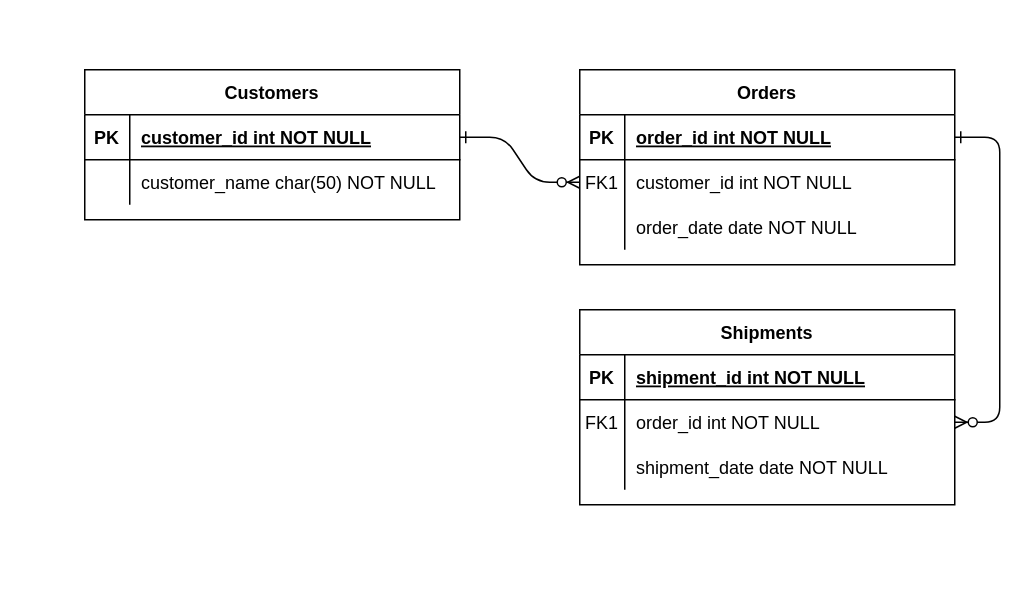
The draw.io diagram Untitled Diagram.drawio in Alfinaatika9/quiz-3-im-laravel-juli-2020, before the edit. Source tidied: cells renumbered, new cells numbered last; positions are measured from the earlier drawing's top-left corner, leaving out a move shared by most shapes. Both pictures are drawn from the tidied source at 150%, with x=0, y=0 at pixel (84, 69).
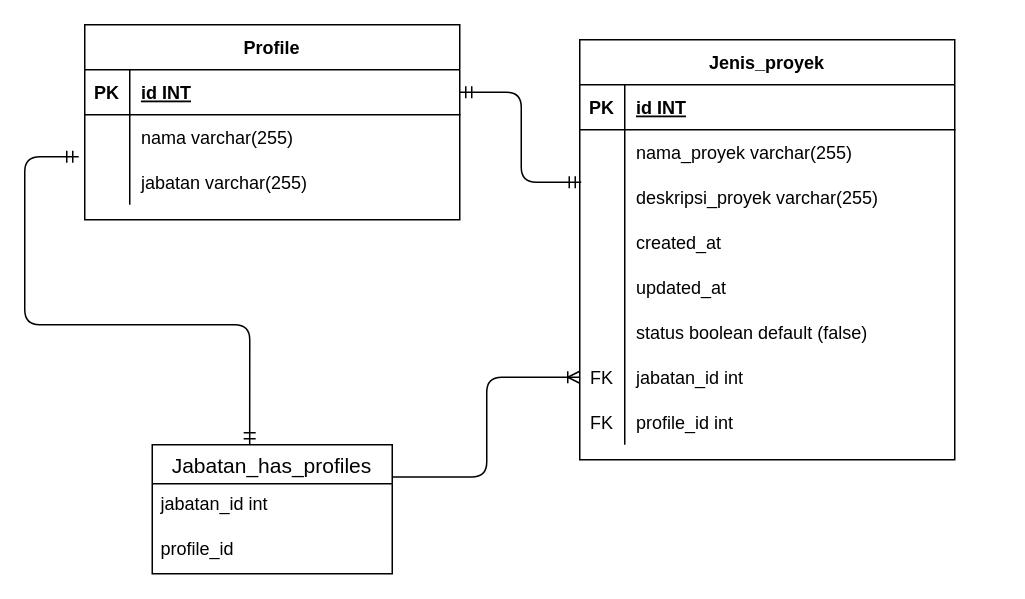
The same diagram, later.

The change refers to these unchanged cells:
```xml
<mxCell id="5" style="shape=partialRectangle;fillColor=none;points=[[0,0.5],[1,0.5]];portConstraint=eastwest;top=0;left=0;right=0;bottom=1;" parent="4" vertex="1">
  <mxGeometry y="30" width="250" height="30" as="geometry" />
</mxCell>
<mxCell id="8" style="shape=partialRectangle;fillColor=none;points=[[0,0.5],[1,0.5]];portConstraint=eastwest;top=0;left=0;right=0;bottom=0;" parent="4" vertex="1">
  <mxGeometry y="60" width="250" height="30" as="geometry" />
</mxCell>
<mxCell id="11" style="shape=partialRectangle;fillColor=none;points=[[0,0.5],[1,0.5]];portConstraint=eastwest;top=0;left=0;right=0;bottom=0;" parent="4" vertex="1">
  <mxGeometry y="90" width="250" height="30" as="geometry" />
</mxCell>
<mxCell id="25" style="shape=partialRectangle;fillColor=none;points=[[0,0.5],[1,0.5]];portConstraint=eastwest;top=0;left=0;right=0;bottom=1;" parent="24" vertex="1">
  <mxGeometry y="30" width="250" height="30" as="geometry" />
</mxCell>
```

Change to the diagram source:
```diff
@@
-    <mxCell id="2" style="edgeStyle=entityRelationEdgeStyle;endArrow=ERzeroToMany;startArrow=ERone;endFill=1;startFill=0;" parent="1" edge="1" source="25" target="8">
-      <mxGeometry relative="1" as="geometry" />
-    </mxCell>
-    <mxCell id="3" style="edgeStyle=entityRelationEdgeStyle;endArrow=ERzeroToMany;startArrow=ERone;endFill=1;startFill=0;" parent="1" edge="1" source="5" target="18">
-      <mxGeometry relative="1" as="geometry" />
-    </mxCell>
+    <mxCell id="31" style="edgeStyle=elbowEdgeStyle;fontSize=12;html=1;endArrow=ERoneToMany;entryX=0;entryY=0.5;entryDx=0;entryDy=0;exitX=1;exitY=0.25;exitDx=0;exitDy=0;" parent="1" edge="1" source="49" target="41">
+      <mxGeometry relative="1" as="geometry" />
+    </mxCell>
-    <mxCell id="4" value="Orders" style="shape=table;startSize=30;childLayout=tableLayout;rowLines=0;fontStyle=1;align=center;" parent="1" vertex="1">
-      <mxGeometry x="330" width="250" height="130" as="geometry" />
+    <mxCell id="4" value="Jenis_proyek" style="shape=table;startSize=30;childLayout=tableLayout;rowLines=0;fontStyle=1;align=center;" parent="1" vertex="1">
+      <mxGeometry x="330" y="-20" width="250" height="280" as="geometry" />
     </mxCell>
@@
-    <mxCell id="7" value="order_id int NOT NULL " style="shape=partialRectangle;overflow=hidden;fillColor=none;top=0;left=0;bottom=0;right=0;align=left;spacingLeft=6;fontStyle=5;" parent="5" vertex="1">
+    <mxCell id="7" value="id INT" style="shape=partialRectangle;overflow=hidden;fillColor=none;top=0;left=0;bottom=0;right=0;align=left;spacingLeft=6;fontStyle=5;" parent="5" vertex="1">
       <mxGeometry x="30" width="220" height="30" as="geometry" />
     </mxCell>
@@
-    <mxCell id="9" value="FK1" style="shape=partialRectangle;overflow=hidden;fillColor=none;top=0;left=0;bottom=0;right=0;" parent="8" vertex="1">
+    <mxCell id="9" style="shape=partialRectangle;overflow=hidden;fillColor=none;top=0;left=0;bottom=0;right=0;" parent="8" vertex="1">
       <mxGeometry width="30" height="30" as="geometry" />
     </mxCell>
-    <mxCell id="10" value="customer_id int NOT NULL" style="shape=partialRectangle;overflow=hidden;fillColor=none;top=0;left=0;bottom=0;right=0;align=left;spacingLeft=6;" parent="8" vertex="1">
+    <mxCell id="10" value="nama_proyek varchar(255)" style="shape=partialRectangle;overflow=hidden;fillColor=none;top=0;left=0;bottom=0;right=0;align=left;spacingLeft=6;" parent="8" vertex="1">
       <mxGeometry x="30" width="220" height="30" as="geometry" />
     </mxCell>
@@
-    <mxCell id="13" value="order_date date NOT NULL" style="shape=partialRectangle;overflow=hidden;fillColor=none;top=0;left=0;bottom=0;right=0;align=left;spacingLeft=6;" parent="11" vertex="1">
+    <mxCell id="13" value="deskripsi_proyek varchar(255)" style="shape=partialRectangle;overflow=hidden;fillColor=none;top=0;left=0;bottom=0;right=0;align=left;spacingLeft=6;" parent="11" vertex="1">
       <mxGeometry x="30" width="220" height="30" as="geometry" />
     </mxCell>
-    <mxCell id="14" value="Shipments" style="shape=table;startSize=30;childLayout=tableLayout;rowLines=0;fontStyle=1;align=center;" parent="1" vertex="1">
-      <mxGeometry x="330" y="160" width="250" height="130" as="geometry" />
-    </mxCell>
-    <mxCell id="15" style="shape=partialRectangle;fillColor=none;top=0;left=0;right=0;bottom=1;" parent="14" vertex="1">
-      <mxGeometry y="30" width="250" height="30" as="geometry" />
-    </mxCell>
-    <mxCell id="16" value="PK" style="shape=partialRectangle;overflow=hidden;fillColor=none;top=0;left=0;bottom=0;right=0;fontStyle=1;" parent="15" vertex="1">
-      <mxGeometry width="30" height="30" as="geometry" />
-    </mxCell>
-    <mxCell id="17" value="shipment_id int NOT NULL " style="shape=partialRectangle;overflow=hidden;fillColor=none;top=0;left=0;bottom=0;right=0;align=left;spacingLeft=6;fontStyle=5;" parent="15" vertex="1">
-      <mxGeometry x="30" width="220" height="30" as="geometry" />
-    </mxCell>
-    <mxCell id="18" style="shape=partialRectangle;fillColor=none;points=[[0,0.5],[1,0.5]];portConstraint=eastwest;top=0;left=0;right=0;bottom=0;" parent="14" vertex="1">
-      <mxGeometry y="60" width="250" height="30" as="geometry" />
-    </mxCell>
-    <mxCell id="19" value="FK1" style="shape=partialRectangle;overflow=hidden;fillColor=none;top=0;left=0;bottom=0;right=0;" parent="18" vertex="1">
-      <mxGeometry width="30" height="30" as="geometry" />
-    </mxCell>
-    <mxCell id="20" value="order_id int NOT NULL" style="shape=partialRectangle;overflow=hidden;fillColor=none;top=0;left=0;bottom=0;right=0;align=left;spacingLeft=6;" parent="18" vertex="1">
-      <mxGeometry x="30" width="220" height="30" as="geometry" />
-    </mxCell>
-    <mxCell id="21" style="shape=partialRectangle;fillColor=none;top=0;left=0;right=0;bottom=0;" parent="14" vertex="1">
-      <mxGeometry y="90" width="250" height="30" as="geometry" />
-    </mxCell>
-    <mxCell id="22" style="shape=partialRectangle;overflow=hidden;fillColor=none;top=0;left=0;bottom=0;right=0;" parent="21" vertex="1">
-      <mxGeometry width="30" height="30" as="geometry" />
-    </mxCell>
-    <mxCell id="23" value="shipment_date date NOT NULL" style="shape=partialRectangle;overflow=hidden;fillColor=none;top=0;left=0;bottom=0;right=0;align=left;spacingLeft=6;" parent="21" vertex="1">
-      <mxGeometry x="30" width="220" height="30" as="geometry" />
-    </mxCell>
+    <mxCell id="32" style="shape=partialRectangle;fillColor=none;top=0;left=0;right=0;bottom=0;" parent="4" vertex="1">
+      <mxGeometry y="120" width="250" height="30" as="geometry" />
+    </mxCell>
+    <mxCell id="33" style="shape=partialRectangle;overflow=hidden;fillColor=none;top=0;left=0;bottom=0;right=0;" parent="32" vertex="1">
+      <mxGeometry width="30" height="30" as="geometry" />
+    </mxCell>
+    <mxCell id="34" value="created_at" style="shape=partialRectangle;overflow=hidden;fillColor=none;top=0;left=0;bottom=0;right=0;align=left;spacingLeft=6;" parent="32" vertex="1">
+      <mxGeometry x="30" width="220" height="30" as="geometry" />
+    </mxCell>
+    <mxCell id="35" style="shape=partialRectangle;fillColor=none;top=0;left=0;right=0;bottom=0;" parent="4" vertex="1">
+      <mxGeometry y="150" width="250" height="30" as="geometry" />
+    </mxCell>
+    <mxCell id="36" style="shape=partialRectangle;overflow=hidden;fillColor=none;top=0;left=0;bottom=0;right=0;" parent="35" vertex="1">
+      <mxGeometry width="30" height="30" as="geometry" />
+    </mxCell>
+    <mxCell id="37" value="updated_at" style="shape=partialRectangle;overflow=hidden;fillColor=none;top=0;left=0;bottom=0;right=0;align=left;spacingLeft=6;" parent="35" vertex="1">
+      <mxGeometry x="30" width="220" height="30" as="geometry" />
+    </mxCell>
+    <mxCell id="38" style="shape=partialRectangle;fillColor=none;top=0;left=0;right=0;bottom=0;" parent="4" vertex="1">
+      <mxGeometry y="180" width="250" height="30" as="geometry" />
+    </mxCell>
+    <mxCell id="39" style="shape=partialRectangle;overflow=hidden;fillColor=none;top=0;left=0;bottom=0;right=0;" parent="38" vertex="1">
+      <mxGeometry width="30" height="30" as="geometry" />
+    </mxCell>
+    <mxCell id="40" value="status boolean default (false)" style="shape=partialRectangle;overflow=hidden;fillColor=none;top=0;left=0;bottom=0;right=0;align=left;spacingLeft=6;" parent="38" vertex="1">
+      <mxGeometry x="30" width="220" height="30" as="geometry" />
+    </mxCell>
+    <mxCell id="41" style="shape=partialRectangle;fillColor=none;points=[[0,0.5],[1,0.5]];portConstraint=eastwest;top=0;left=0;right=0;bottom=0;" parent="4" vertex="1">
+      <mxGeometry y="210" width="250" height="30" as="geometry" />
+    </mxCell>
+    <mxCell id="42" value="FK" style="shape=partialRectangle;overflow=hidden;fillColor=none;top=0;left=0;bottom=0;right=0;" parent="41" vertex="1">
+      <mxGeometry width="30" height="30" as="geometry" />
+    </mxCell>
+    <mxCell id="43" value="jabatan_id int" style="shape=partialRectangle;overflow=hidden;fillColor=none;top=0;left=0;bottom=0;right=0;align=left;spacingLeft=6;" parent="41" vertex="1">
+      <mxGeometry x="30" width="220" height="30" as="geometry" />
+    </mxCell>
+    <mxCell id="44" style="shape=partialRectangle;fillColor=none;top=0;left=0;right=0;bottom=0;" parent="4" vertex="1">
+      <mxGeometry y="240" width="250" height="30" as="geometry" />
+    </mxCell>
+    <mxCell id="45" value="FK" style="shape=partialRectangle;overflow=hidden;fillColor=none;top=0;left=0;bottom=0;right=0;" parent="44" vertex="1">
+      <mxGeometry width="30" height="30" as="geometry" />
+    </mxCell>
+    <mxCell id="46" value="profile_id int" style="shape=partialRectangle;overflow=hidden;fillColor=none;top=0;left=0;bottom=0;right=0;align=left;spacingLeft=6;" parent="44" vertex="1">
+      <mxGeometry x="30" width="220" height="30" as="geometry" />
+    </mxCell>
-    <mxCell id="24" value="Customers" style="shape=table;startSize=30;childLayout=tableLayout;rowLines=0;fontStyle=1;align=center;" parent="1" vertex="1">
-      <mxGeometry width="250" height="100" as="geometry" />
+    <mxCell id="24" value="Profile" style="shape=table;startSize=30;childLayout=tableLayout;rowLines=0;fontStyle=1;align=center;" parent="1" vertex="1">
+      <mxGeometry y="-30" width="250" height="130" as="geometry" />
     </mxCell>
@@
-    <mxCell id="27" value="customer_id int NOT NULL " style="shape=partialRectangle;overflow=hidden;fillColor=none;top=0;left=0;bottom=0;right=0;align=left;spacingLeft=6;fontStyle=5;" parent="25" vertex="1">
+    <mxCell id="27" value="id INT" style="shape=partialRectangle;overflow=hidden;fillColor=none;top=0;left=0;bottom=0;right=0;align=left;spacingLeft=6;fontStyle=5;" parent="25" vertex="1">
       <mxGeometry x="30" width="220" height="30" as="geometry" />
     </mxCell>
+    <mxCell id="18" style="shape=partialRectangle;fillColor=none;points=[[0,0.5],[1,0.5]];portConstraint=eastwest;top=0;left=0;right=0;bottom=0;" parent="24" vertex="1">
+      <mxGeometry y="60" width="250" height="30" as="geometry" />
+    </mxCell>
+    <mxCell id="47" style="shape=partialRectangle;overflow=hidden;fillColor=none;top=0;left=0;bottom=0;right=0;" parent="18" vertex="1">
+      <mxGeometry width="30" height="30" as="geometry" />
+    </mxCell>
+    <mxCell id="48" value="nama varchar(255)" style="shape=partialRectangle;overflow=hidden;fillColor=none;top=0;left=0;bottom=0;right=0;align=left;spacingLeft=6;" parent="18" vertex="1">
+      <mxGeometry x="30" width="220" height="30" as="geometry" />
+    </mxCell>
     <mxCell id="28" style="shape=partialRectangle;fillColor=none;points=[[0,0.5],[1,0.5]];portConstraint=eastwest;top=0;left=0;right=0;bottom=0;" parent="24" vertex="1">
-      <mxGeometry y="60" width="250" height="30" as="geometry" />
+      <mxGeometry y="90" width="250" height="30" as="geometry" />
     </mxCell>
@@
-    <mxCell id="30" value="customer_name char(50) NOT NULL" style="shape=partialRectangle;overflow=hidden;fillColor=none;top=0;left=0;bottom=0;right=0;align=left;spacingLeft=6;" parent="28" vertex="1">
+    <mxCell id="30" value="jabatan varchar(255)" style="shape=partialRectangle;overflow=hidden;fillColor=none;top=0;left=0;bottom=0;right=0;align=left;spacingLeft=6;" parent="28" vertex="1">
       <mxGeometry x="30" width="220" height="30" as="geometry" />
     </mxCell>
+    <mxCell id="49" value="Jabatan_has_profiles" style="swimlane;fontStyle=0;horizontal=1;startSize=26;align=center;fontSize=14;" parent="1" vertex="1">
+      <mxGeometry x="45" y="250" width="160" height="86" as="geometry" />
+    </mxCell>
+    <mxCell id="50" value="jabatan_id int" style="text;strokeColor=none;fillColor=none;spacingLeft=4;spacingRight=4;overflow=hidden;fontSize=12;" parent="49" vertex="1">
+      <mxGeometry y="26" width="160" height="30" as="geometry" />
+    </mxCell>
+    <mxCell id="51" value="profile_id" style="text;strokeColor=none;fillColor=none;spacingLeft=4;spacingRight=4;overflow=hidden;fontSize=12;" parent="49" vertex="1">
+      <mxGeometry y="56" width="160" height="30" as="geometry" />
+    </mxCell>
+    <mxCell id="52" style="edgeStyle=orthogonalEdgeStyle;fontSize=12;html=1;endArrow=ERmandOne;startArrow=ERmandOne;entryX=-0.016;entryY=-0.067;entryDx=0;entryDy=0;entryPerimeter=0;exitX=0.406;exitY=0;exitDx=0;exitDy=0;exitPerimeter=0;" parent="1" edge="1" source="49" target="28">
+      <mxGeometry relative="1" as="geometry">
+        <Array as="points">
+          <mxPoint x="110" y="170" />
+          <mxPoint x="-40" y="170" />
+          <mxPoint x="-40" y="58" />
+        </Array>
+      </mxGeometry>
+    </mxCell>
+    <mxCell id="53" style="edgeStyle=elbowEdgeStyle;fontSize=12;html=1;endArrow=ERmandOne;startArrow=ERmandOne;exitX=0.004;exitY=0.167;exitDx=0;exitDy=0;exitPerimeter=0;entryX=1;entryY=0.5;entryDx=0;entryDy=0;" parent="1" edge="1" source="11" target="25">
+      <mxGeometry relative="1" as="geometry" />
+    </mxCell>
```
